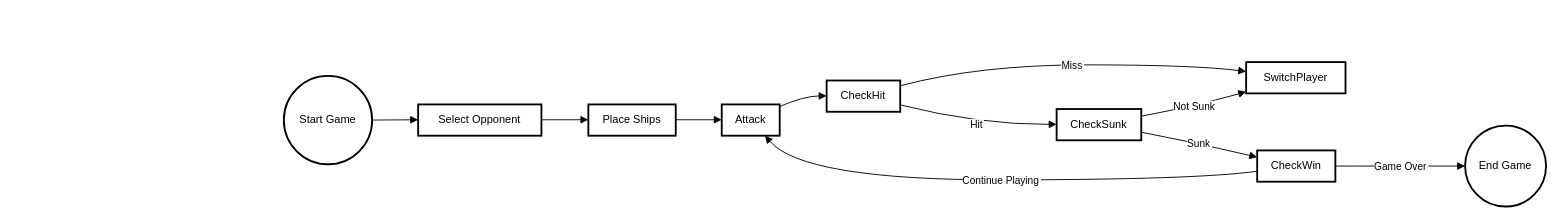
Vretinger/Battleship keeps this draw.io diagram as BattleshipFlowshart.drawio. Above is the earlier version. Source tidied: cells renumbered, new cells numbered last; positions are measured from the earlier drawing's top-left corner, leaving out a move shared by most shapes. Both pictures are drawn from the tidied source at 92%, with x=0, y=0 at pixel (283, 62).
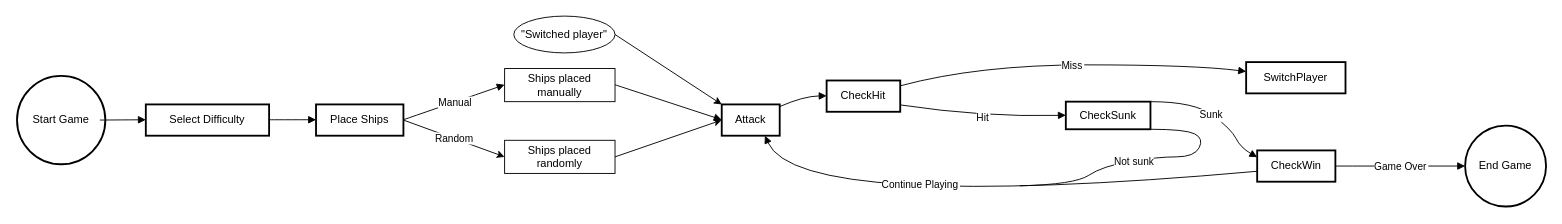
After the change.

Commit message:
Update flow shart

The change refers to these unchanged cells:
```xml
<mxCell id="5" value="Attack" style="whiteSpace=wrap;strokeWidth=2;" parent="1" vertex="1">
  <mxGeometry x="476" y="46" width="63" height="34" as="geometry" />
</mxCell>
<mxCell id="6" value="CheckHit" style="whiteSpace=wrap;strokeWidth=2;" parent="1" vertex="1">
  <mxGeometry x="590" y="20" width="80" height="34" as="geometry" />
</mxCell>
<mxCell id="7" value="SwitchPlayer" style="whiteSpace=wrap;strokeWidth=2;" parent="1" vertex="1">
  <mxGeometry x="1046" width="108" height="34" as="geometry" />
</mxCell>
<mxCell id="9" value="CheckWin" style="whiteSpace=wrap;strokeWidth=2;" parent="1" vertex="1">
  <mxGeometry x="1058" y="96" width="85" height="34" as="geometry" />
</mxCell>
```

Change to the diagram source:
```diff
@@
     <mxCell id="2" value="Start Game" style="ellipse;strokeWidth=2;whiteSpace=wrap;" parent="1" vertex="1">
-      <mxGeometry y="15" width="96" height="96" as="geometry" />
+      <mxGeometry x="-290" y="15" width="96" height="96" as="geometry" />
     </mxCell>
-    <mxCell id="3" value="Select Opponent" style="whiteSpace=wrap;strokeWidth=2;" parent="1" vertex="1">
-      <mxGeometry x="146" y="46" width="134" height="34" as="geometry" />
+    <mxCell id="3" value="Select Difficulty" style="whiteSpace=wrap;strokeWidth=2;" parent="1" vertex="1">
+      <mxGeometry x="-150" y="46" width="134" height="34" as="geometry" />
     </mxCell>
+    <mxCell id="21" style="rounded=0;jettySize=auto;html=1;entryX=0;entryY=0.5;entryDx=0;entryDy=0;exitX=1;exitY=0.5;exitDx=0;exitDy=0;" parent="1" edge="1" source="4" target="29">
+      <mxGeometry relative="1" as="geometry" />
+    </mxCell>
+    <mxCell id="22" value="Random" style="edgeLabel;html=1;align=center;verticalAlign=middle;" parent="21" vertex="1">
+      <mxGeometry x="-0.01" relative="1" as="geometry" />
+    </mxCell>
     <mxCell id="4" value="Place Ships" style="whiteSpace=wrap;strokeWidth=2;" parent="1" vertex="1">
-      <mxGeometry x="331" y="46" width="95" height="34" as="geometry" />
+      <mxGeometry x="35" y="46" width="95" height="34" as="geometry" />
     </mxCell>
@@
+    <mxCell id="23" style="rounded=0;jettySize=auto;html=1;exitX=1;exitY=1;exitDx=0;exitDy=0;curved=1;endArrow=none;endFill=0;" parent="1" edge="1" source="8">
+      <mxGeometry relative="1" as="geometry">
+        <mxPoint x="800" y="134.5" as="targetPoint" />
+        <Array as="points">
+          <mxPoint x="980" y="73" />
+          <mxPoint x="1000" y="83" />
+          <mxPoint x="990" y="103" />
+          <mxPoint x="950" y="103" />
+          <mxPoint x="890" y="113" />
+          <mxPoint x="860" y="133" />
+        </Array>
+      </mxGeometry>
+    </mxCell>
+    <mxCell id="24" value="Not sunk" style="edgeLabel;html=1;align=center;verticalAlign=middle;" parent="23" vertex="1">
+      <mxGeometry x="0.07" relative="1" as="geometry" />
+    </mxCell>
     <mxCell id="8" value="CheckSunk" style="whiteSpace=wrap;strokeWidth=2;" parent="1" vertex="1">
-      <mxGeometry x="840" y="51" width="92" height="34" as="geometry" />
+      <mxGeometry x="850" y="43" width="92" height="30" as="geometry" />
     </mxCell>
@@
-    <mxCell id="11" style="curved=1;startArrow=none;endArrow=block;exitX=1;exitY=0.5;entryX=0;entryY=0.49;" parent="1" edge="1" source="2" target="3">
-      <mxGeometry relative="1" as="geometry" />
+    <mxCell id="11" style="curved=1;startArrow=none;endArrow=block;exitX=1;exitY=0.5;entryX=0;entryY=0.49;" parent="1" edge="1" target="3">
+      <mxGeometry relative="1" as="geometry">
+        <mxPoint x="-200" y="63" as="sourcePoint" />
+      </mxGeometry>
     </mxCell>
@@
-    <mxCell id="13" style="curved=1;startArrow=none;endArrow=block;exitX=1;exitY=0.49;entryX=0;entryY=0.49;" parent="1" edge="1" source="4" target="5">
+    <mxCell id="13" style="curved=1;startArrow=none;endArrow=block;exitX=1;exitY=0.49;entryX=0;entryY=0.49;" parent="1" edge="1" source="27" target="5">
       <mxGeometry relative="1" as="geometry" />
     </mxCell>
@@
     <mxCell id="16" value="Hit" style="curved=1;startArrow=none;endArrow=block;exitX=1;exitY=0.78;entryX=0;entryY=0.49;" parent="1" edge="1" source="6" target="8">
       <mxGeometry relative="1" as="geometry">
         <Array as="points">
-          <mxPoint x="755" y="68" />
+          <mxPoint x="760" y="60" />
         </Array>
       </mxGeometry>
     </mxCell>
-    <mxCell id="17" value="Not Sunk" style="curved=1;startArrow=none;endArrow=block;exitX=1;exitY=0.23;entryX=0;entryY=0.95;" parent="1" edge="1" source="8" target="7">
-      <mxGeometry relative="1" as="geometry">
-        <Array as="points">
-          <mxPoint x="989" y="48" />
-        </Array>
-      </mxGeometry>
-    </mxCell>
-    <mxCell id="18" value="Sunk" style="curved=1;startArrow=none;endArrow=block;exitX=1;exitY=0.74;entryX=-0.01;entryY=0.21;" parent="1" edge="1" source="8" target="9">
+    <mxCell id="18" value="Sunk" style="curved=1;startArrow=none;endArrow=block;exitX=1;exitY=0;entryX=-0.01;entryY=0.21;exitDx=0;exitDy=0;" parent="1" edge="1" source="8" target="9">
       <mxGeometry relative="1" as="geometry">
         <Array as="points">
-          <mxPoint x="989" y="87" />
+          <mxPoint x="990" y="43" />
+          <mxPoint x="1030" y="73" />
+          <mxPoint x="1040" y="93" />
         </Array>
       </mxGeometry>
     </mxCell>
@@
     <mxCell id="20" value="Continue Playing" style="curved=1;startArrow=none;endArrow=block;exitX=-0.01;exitY=0.67;entryX=0.74;entryY=0.99;" parent="1" edge="1" source="9" target="5">
-      <mxGeometry relative="1" as="geometry">
+      <mxGeometry x="0.24" y="-18" relative="1" as="geometry">
         <Array as="points">
-          <mxPoint x="989" y="128" />
-          <mxPoint x="565" y="128" />
+          <mxPoint x="560" y="163" />
         </Array>
       </mxGeometry>
     </mxCell>
+    <mxCell id="25" style="curved=1;startArrow=none;endArrow=block;exitX=1;exitY=0.49;entryX=0;entryY=0.49;" parent="1" edge="1" source="4" target="27">
+      <mxGeometry relative="1" as="geometry" />
+    </mxCell>
+    <mxCell id="26" value="Manual" style="edgeLabel;html=1;align=center;verticalAlign=middle;" parent="25" vertex="1">
+      <mxGeometry x="0.01" relative="1" as="geometry" />
+    </mxCell>
+    <mxCell id="27" value="Ships placed manually" style="rounded=0;whiteSpace=wrap;html=1;" parent="1" vertex="1">
+      <mxGeometry x="240" y="7" width="120" height="36" as="geometry" />
+    </mxCell>
+    <mxCell id="28" style="rounded=0;jettySize=auto;html=1;entryX=0;entryY=0.5;entryDx=0;entryDy=0;exitX=1;exitY=0.5;exitDx=0;exitDy=0;" parent="1" edge="1" source="29" target="5">
+      <mxGeometry relative="1" as="geometry" />
+    </mxCell>
+    <mxCell id="29" value="Ships placed randomly" style="rounded=0;whiteSpace=wrap;html=1;" parent="1" vertex="1">
+      <mxGeometry x="240" y="85" width="120" height="36" as="geometry" />
+    </mxCell>
+    <mxCell id="30" style="rounded=0;jettySize=auto;html=1;entryX=0;entryY=0;entryDx=0;entryDy=0;exitX=1;exitY=0.5;exitDx=0;exitDy=0;" parent="1" edge="1" source="31" target="5">
+      <mxGeometry relative="1" as="geometry" />
+    </mxCell>
+    <mxCell id="31" value="&quot;Switched player&quot;" style="ellipse;whiteSpace=wrap;html=1;" parent="1" vertex="1">
+      <mxGeometry x="250" y="-50" width="110" height="40" as="geometry" />
+    </mxCell>
```
